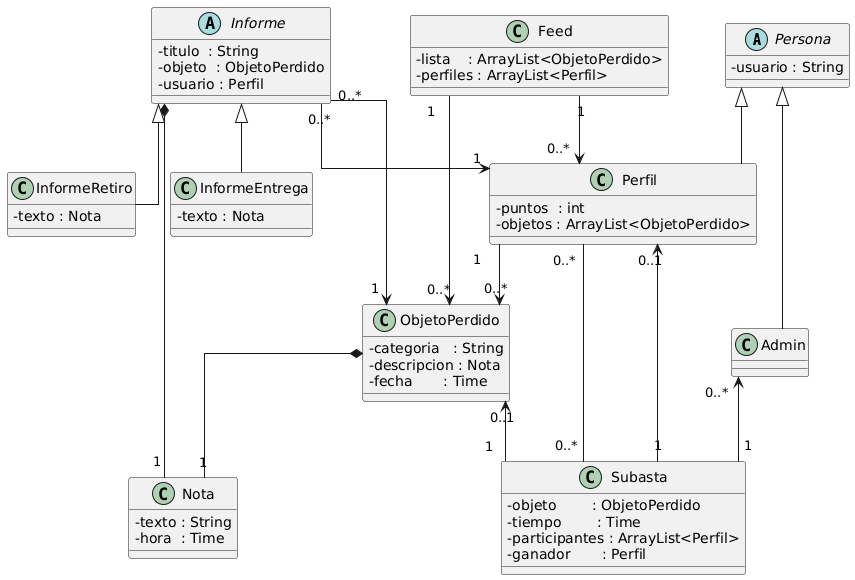
Earlier version of the PlantUML export UML DE CLASES.png (javier69882/Proyecto_ing_software). Source of this version:
```plantuml
@startuml
skinparam classAttributeIconSize 0
skinparam linetype ortho

abstract class Persona {
  - usuario : String
}

class Perfil extends Persona {
  - puntos  : int
  - objetos : ArrayList<ObjetoPerdido>
}

class Admin extends Persona

class ObjetoPerdido {
  - categoria   : String
  - descripcion : Nota
  - fecha       : Time
}

class Nota {
  - texto : String
  - hora  : Time
}

abstract class Informe {
  - titulo  : String
  - objeto  : ObjetoPerdido
  - usuario : Perfil
}

class InformeRetiro extends Informe {
  - texto : Nota
}

class InformeEntrega extends Informe {
  - texto : Nota
}

class Subasta {
  - objeto        : ObjetoPerdido
  - tiempo        : Time
  - participantes : ArrayList<Perfil>
  - ganador       : Perfil
}

class Feed {
  - lista    : ArrayList<ObjetoPerdido>
  - perfiles : ArrayList<Perfil>
}

Perfil "1" --> "0..*" ObjetoPerdido
ObjetoPerdido *-- "1" Nota
Feed "1" --> "0..*" ObjetoPerdido
Feed "1" --> "0..*" Perfil
Informe "0..*" --> "1" ObjetoPerdido
Informe "0..*" --> "1" Perfil
Informe *-- "1" Nota
Admin "0..*" <-- "1" Subasta
ObjetoPerdido "0..1" <-- "1" Subasta
Perfil "0..*" -- "0..*" Subasta
Perfil "0..1" <-- "1" Subasta
@enduml
```
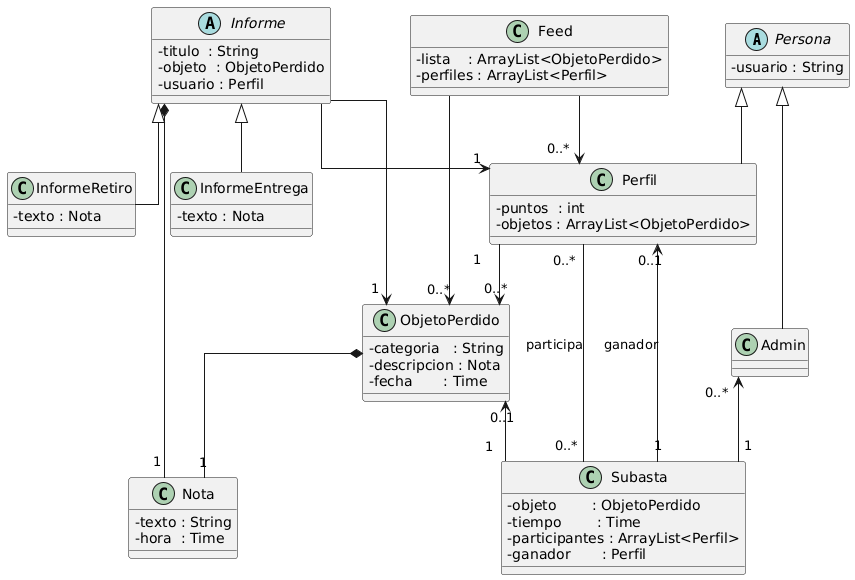
The same diagram one commit later.

Commit message:
UML NUEVO

What changed in the source:
```diff
@@ -50,15 +50,19 @@
   - perfiles : ArrayList<Perfil>
 }
 
+
 Perfil "1" --> "0..*" ObjetoPerdido
 ObjetoPerdido *-- "1" Nota
-Feed "1" --> "0..*" ObjetoPerdido
-Feed "1" --> "0..*" Perfil
-Informe "0..*" --> "1" ObjetoPerdido
-Informe "0..*" --> "1" Perfil
+
+Feed --> "0..*" ObjetoPerdido
+Feed --> "0..*" Perfil
+
+Informe --> "1" ObjetoPerdido
+Informe --> "1" Perfil
 Informe *-- "1" Nota
+
 Admin "0..*" <-- "1" Subasta
 ObjetoPerdido "0..1" <-- "1" Subasta
-Perfil "0..*" -- "0..*" Subasta
-Perfil "0..1" <-- "1" Subasta
+Perfil "0..*" -- "0..*" Subasta : participa
+Perfil "0..1" <-- "1" Subasta : ganador
 @enduml
```
